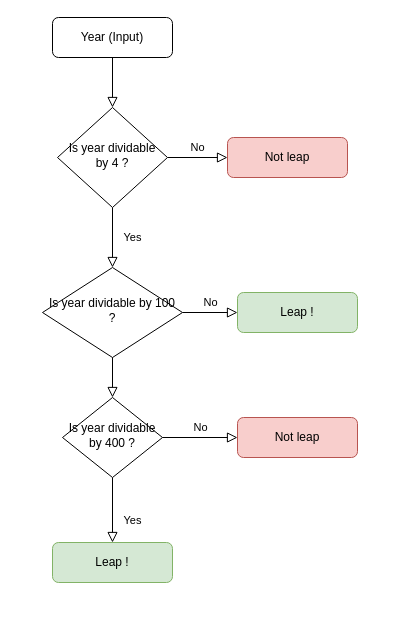
This is Untitled Diagram.drawio from ido-nevo/leap-year, a draw.io file, before an edit. Source tidied: cells renumbered, new cells numbered last; positions are measured from the earlier drawing's top-left corner, leaving out a move shared by most shapes. Both pictures are drawn from the tidied source at 100%, with x=0, y=0 at pixel (42, 17).
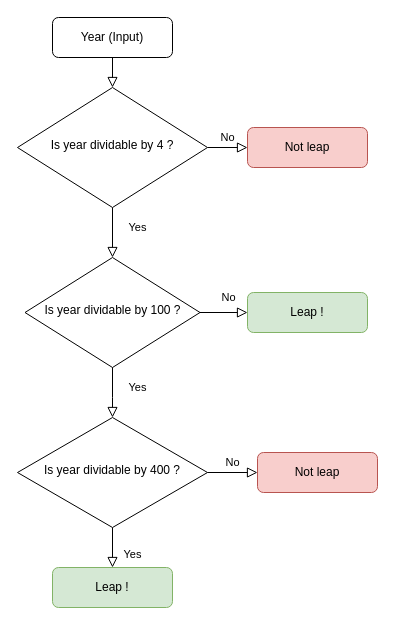
After the change.

Diff of the diagram source:
```diff
@@
 <mxGraphModel>
   <root>
     <mxCell id="0" />
     <mxCell id="1" parent="0" />
     <mxCell id="2" style="rounded=0;html=1;jettySize=auto;fontSize=11;endArrow=block;endFill=0;endSize=8;strokeWidth=1;shadow=0;labelBackgroundColor=none;edgeStyle=orthogonalEdgeStyle;" parent="1" edge="1" source="3" target="6">
       <mxGeometry relative="1" as="geometry" />
     </mxCell>
     <mxCell id="3" value="Year (Input)" style="rounded=1;whiteSpace=wrap;html=1;fontSize=12;glass=0;strokeWidth=1;shadow=0;" parent="1" vertex="1">
       <mxGeometry x="10" width="120" height="40" as="geometry" />
     </mxCell>
     <mxCell id="4" value="Yes" style="rounded=0;html=1;jettySize=auto;fontSize=11;endArrow=block;endFill=0;endSize=8;strokeWidth=1;shadow=0;labelBackgroundColor=none;edgeStyle=orthogonalEdgeStyle;" parent="1" edge="1" source="6" target="10">
-      <mxGeometry y="20" relative="1" as="geometry" />
+      <mxGeometry x="-0.2" y="25" relative="1" as="geometry" />
     </mxCell>
     <mxCell id="5" value="No" style="edgeStyle=orthogonalEdgeStyle;rounded=0;html=1;jettySize=auto;fontSize=11;endArrow=block;endFill=0;endSize=8;strokeWidth=1;shadow=0;labelBackgroundColor=none;" parent="1" edge="1" source="6" target="7">
       <mxGeometry y="10" relative="1" as="geometry" />
     </mxCell>
     <mxCell id="6" value="Is year dividable by 4 ?" style="rhombus;whiteSpace=wrap;html=1;shadow=0;fontFamily=Helvetica;fontSize=12;align=center;strokeWidth=1;spacing=6;spacingTop=-4;" parent="1" vertex="1">
-      <mxGeometry x="15" y="90" width="110" height="100" as="geometry" />
+      <mxGeometry x="-25" y="70" width="190" height="120" as="geometry" />
     </mxCell>
     <mxCell id="7" value="Not leap" style="rounded=1;whiteSpace=wrap;html=1;fontSize=12;glass=0;strokeWidth=1;shadow=0;fillColor=#f8cecc;strokeColor=#b85450;" parent="1" vertex="1">
-      <mxGeometry x="185" y="120" width="120" height="40" as="geometry" />
+      <mxGeometry x="205" y="110" width="120" height="40" as="geometry" />
     </mxCell>
     <mxCell id="8" value="Yes" style="rounded=0;html=1;jettySize=auto;fontSize=11;endArrow=block;endFill=0;endSize=8;strokeWidth=1;shadow=0;labelBackgroundColor=none;edgeStyle=orthogonalEdgeStyle;" parent="1" edge="1" source="14" target="11">
-      <mxGeometry x="0.33" y="20" relative="1" as="geometry" />
+      <mxGeometry x="0.35" y="20" relative="1" as="geometry" />
     </mxCell>
     <mxCell id="9" value="No" style="edgeStyle=orthogonalEdgeStyle;rounded=0;html=1;jettySize=auto;fontSize=11;endArrow=block;endFill=0;endSize=8;strokeWidth=1;shadow=0;labelBackgroundColor=none;" parent="1" edge="1" source="10" target="12">
-      <mxGeometry y="10" relative="1" as="geometry" />
+      <mxGeometry x="0.16" y="15" relative="1" as="geometry" />
     </mxCell>
     <mxCell id="10" value="Is year dividable by 100 ?" style="rhombus;whiteSpace=wrap;html=1;shadow=0;fontFamily=Helvetica;fontSize=12;align=center;strokeWidth=1;spacing=6;spacingTop=-4;" parent="1" vertex="1">
-      <mxGeometry y="250" width="140" height="90" as="geometry" />
+      <mxGeometry x="-17.5" y="240" width="175" height="110" as="geometry" />
     </mxCell>
     <mxCell id="11" value="Leap !" style="rounded=1;whiteSpace=wrap;html=1;fontSize=12;glass=0;strokeWidth=1;shadow=0;fillColor=#d5e8d4;strokeColor=#82b366;" parent="1" vertex="1">
-      <mxGeometry x="10" y="525" width="120" height="40" as="geometry" />
+      <mxGeometry x="10" y="550" width="120" height="40" as="geometry" />
     </mxCell>
     <mxCell id="12" value="Leap !" style="rounded=1;whiteSpace=wrap;html=1;fontSize=12;glass=0;strokeWidth=1;shadow=0;fillColor=#d5e8d4;strokeColor=#82b366;" parent="1" vertex="1">
-      <mxGeometry x="195" y="275" width="120" height="40" as="geometry" />
+      <mxGeometry x="205" y="275" width="120" height="40" as="geometry" />
     </mxCell>
-    <mxCell id="13" style="rounded=0;html=1;jettySize=auto;fontSize=11;endArrow=block;endFill=0;endSize=8;strokeWidth=1;shadow=0;labelBackgroundColor=none;edgeStyle=orthogonalEdgeStyle;" parent="1" edge="1" source="10" target="14">
-      <mxGeometry x="0.33" y="20" relative="1" as="geometry" />
-    </mxCell>
     <mxCell id="14" value="Is year dividable by 400 ?" style="rhombus;whiteSpace=wrap;html=1;shadow=0;fontFamily=Helvetica;fontSize=12;align=center;strokeWidth=1;spacing=6;spacingTop=-4;" parent="1" vertex="1">
-      <mxGeometry x="20" y="380" width="100" height="80" as="geometry" />
+      <mxGeometry x="-25" y="400" width="190" height="110" as="geometry" />
     </mxCell>
     <mxCell id="15" value="Not leap" style="rounded=1;whiteSpace=wrap;html=1;fontSize=12;glass=0;strokeWidth=1;shadow=0;fillColor=#f8cecc;strokeColor=#b85450;" parent="1" vertex="1">
-      <mxGeometry x="195" y="400" width="120" height="40" as="geometry" />
+      <mxGeometry x="215" y="435" width="120" height="40" as="geometry" />
     </mxCell>
     <mxCell id="16" value="No" style="edgeStyle=orthogonalEdgeStyle;rounded=0;html=1;jettySize=auto;fontSize=11;endArrow=block;endFill=0;endSize=8;strokeWidth=1;shadow=0;labelBackgroundColor=none;exitX=1;exitY=0.5;exitDx=0;exitDy=0;entryX=0;entryY=0.5;entryDx=0;entryDy=0;" parent="1" edge="1" source="14" target="15">
       <mxGeometry y="10" relative="1" as="geometry" />
     </mxCell>
+    <mxCell id="17" value="Yes" style="rounded=0;html=1;jettySize=auto;fontSize=11;endArrow=block;endFill=0;endSize=8;strokeWidth=1;shadow=0;labelBackgroundColor=none;edgeStyle=orthogonalEdgeStyle;exitX=0.5;exitY=1;exitDx=0;exitDy=0;" parent="1" edge="1" source="10">
+      <mxGeometry x="-0.2" y="25" relative="1" as="geometry">
+        <mxPoint x="70" y="400" as="targetPoint" />
+        <Array as="points">
+          <mxPoint x="70" y="380" />
+        </Array>
+      </mxGeometry>
+    </mxCell>
   </root>
 </mxGraphModel>
```
